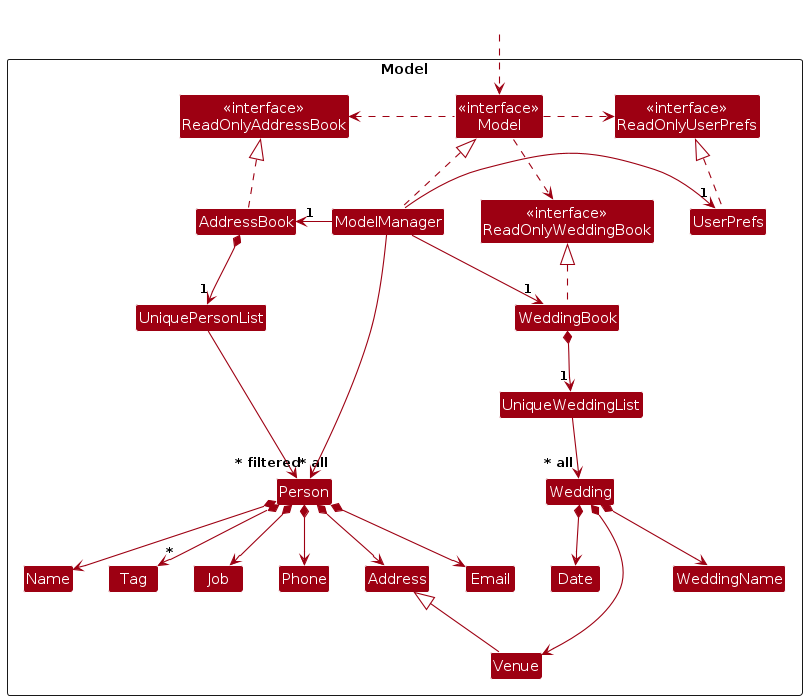
Earlier version of the PlantUML export diagrams/ModelClassDiagram.png (AY2425S1-CS2103T-W13-4/tp). Its source is kept beside it as diagrams/ModelClassDiagram.puml.
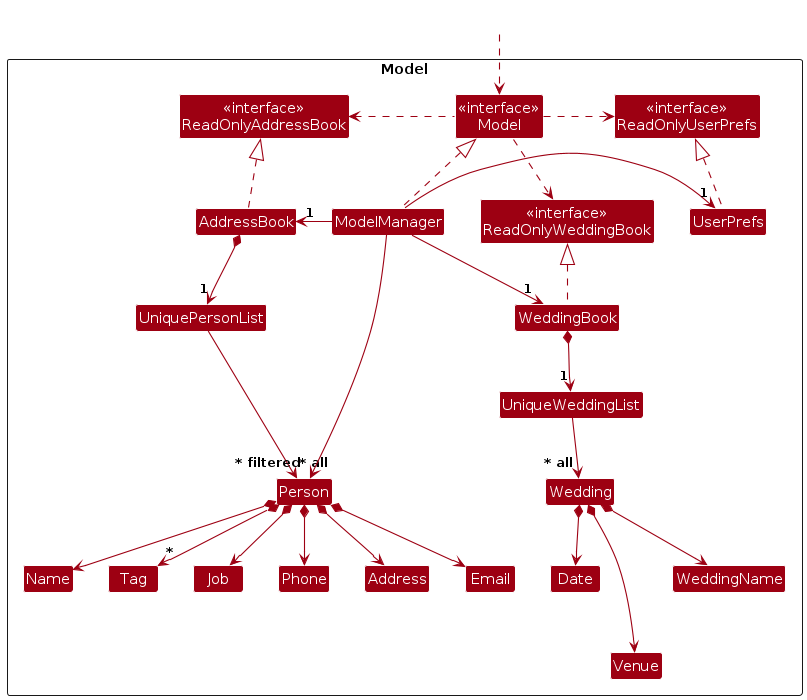
Above is the later version.

The edit, as a diff of the source:
```diff
@@ -68,8 +68,6 @@
 Wedding *--> Date
 Wedding *---> Venue
 
-Venue -up-|> Address
-
 ModelManager --> "~* filtered" Person
 
 WeddingBook .up.|> ReadOnlyWeddingBook
```
